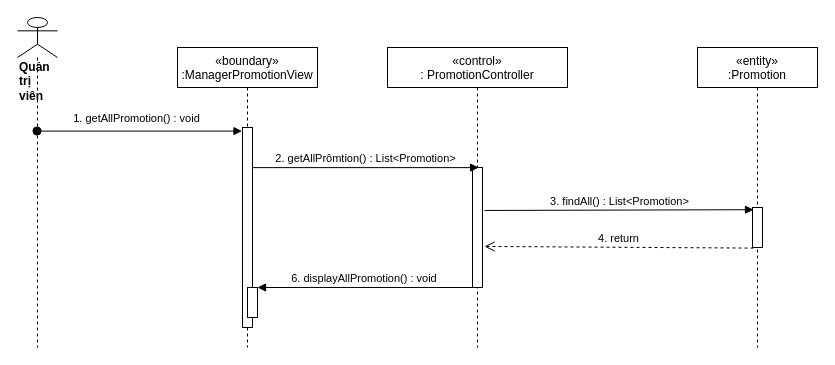
nguyenphamvan/datn_20202 keeps this draw.io diagram as sequence diagram/view-promotions-manager-sequence.drawio. Above is the earlier version. Source tidied: cells renumbered, new cells numbered last; positions are measured from the earlier drawing's top-left corner, leaving out a move shared by most shapes. Both pictures are drawn from the tidied source at 100%, with x=0, y=0 at pixel (17, 17).
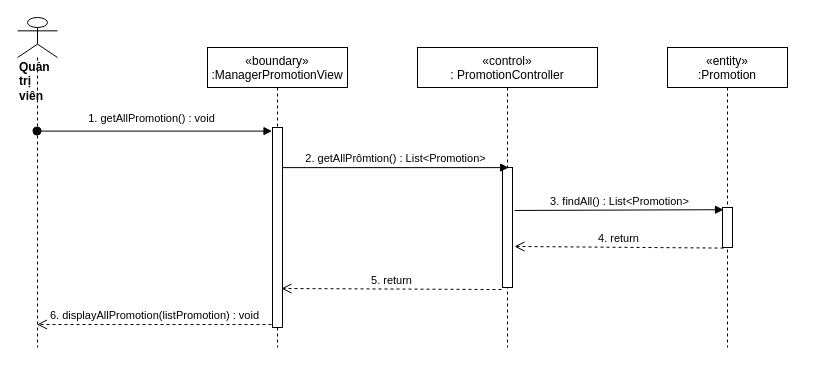
Above is the later version.

The edit, as a diff of the source:
```diff
@@
 <mxGraphModel>
   <root>
     <mxCell id="0" />
     <mxCell id="1" parent="0" />
     <mxCell id="2" value="«boundary»&#10;:ManagerPromotionView" style="shape=umlLifeline;perimeter=lifelinePerimeter;rounded=0;shadow=0;strokeWidth=1;" parent="1" vertex="1">
-      <mxGeometry x="160" y="30" width="140" height="300" as="geometry" />
+      <mxGeometry x="190" y="30" width="140" height="300" as="geometry" />
     </mxCell>
     <mxCell id="3" style="points=[];perimeter=orthogonalPerimeter;rounded=0;shadow=0;strokeWidth=1;" parent="2" vertex="1">
       <mxGeometry x="65" y="80" width="10" height="200" as="geometry" />
     </mxCell>
-    <mxCell id="4" style="html=1;points=[];perimeter=orthogonalPerimeter;" parent="2" vertex="1">
-      <mxGeometry x="70" y="240" width="10" height="30" as="geometry" />
-    </mxCell>
     <mxCell id="5" value="«control»&#10;: PromotionController" style="shape=umlLifeline;perimeter=lifelinePerimeter;rounded=0;shadow=0;strokeWidth=1;" parent="1" vertex="1">
-      <mxGeometry x="370" y="30" width="180" height="300" as="geometry" />
+      <mxGeometry x="400" y="30" width="180" height="300" as="geometry" />
     </mxCell>
     <mxCell id="6" style="points=[];perimeter=orthogonalPerimeter;rounded=0;shadow=0;strokeWidth=1;" parent="5" vertex="1">
       <mxGeometry x="85" y="120" width="10" height="120" as="geometry" />
     </mxCell>
     <mxCell id="7" value="&lt;div&gt;&lt;b&gt;Quản trị viên&lt;/b&gt;&lt;/div&gt;" style="shape=umlLifeline;participant=umlActor;perimeter=lifelinePerimeter;whiteSpace=wrap;html=1;verticalAlign=top;spacingTop=36;outlineConnect=0;align=left;size=40;" parent="1" vertex="1">
       <mxGeometry width="40" height="330" as="geometry" />
     </mxCell>
     <mxCell id="8" value="1. getAllPromotion() : void" style="verticalAlign=bottom;startArrow=oval;endArrow=block;startSize=8;shadow=0;strokeWidth=1;entryX=-0.05;entryY=0.018;entryDx=0;entryDy=0;entryPerimeter=0;" parent="1" edge="1" source="7" target="3">
       <mxGeometry x="-0.02" y="4" relative="1" as="geometry" />
     </mxCell>
     <mxCell id="9" value="2. getAllPrômtion() : List&amp;lt;Promotion&amp;gt;" style="html=1;verticalAlign=bottom;endArrow=block;entryX=0.617;entryY=0.001;entryDx=0;entryDy=0;entryPerimeter=0;" parent="1" edge="1" source="3" target="6">
       <mxGeometry relative="1" as="geometry" />
     </mxCell>
-    <mxCell id="10" value="6. displayAllPromotion() : void" style="verticalAlign=bottom;endArrow=block;shadow=0;strokeWidth=1;" parent="1" edge="1" source="6" target="4">
-      <mxGeometry relative="1" as="geometry" />
-    </mxCell>
     <mxCell id="11" value="«entity»&#10;:Promotion" style="shape=umlLifeline;perimeter=lifelinePerimeter;rounded=0;shadow=0;strokeWidth=1;" parent="1" vertex="1">
-      <mxGeometry x="680" y="30" width="120" height="300" as="geometry" />
+      <mxGeometry x="650" y="30" width="120" height="300" as="geometry" />
     </mxCell>
     <mxCell id="12" style="points=[];perimeter=orthogonalPerimeter;rounded=0;shadow=0;strokeWidth=1;" parent="11" vertex="1">
       <mxGeometry x="55" y="160" width="10" height="40" as="geometry" />
     </mxCell>
     <mxCell id="13" value="3. findAll() : List&amp;lt;Promotion&amp;gt;" style="html=1;verticalAlign=bottom;endArrow=block;entryX=0.1;entryY=0.055;entryDx=0;entryDy=0;entryPerimeter=0;exitX=1.2;exitY=0.358;exitDx=0;exitDy=0;exitPerimeter=0;" parent="1" edge="1" source="6" target="12">
       <mxGeometry relative="1" as="geometry" />
     </mxCell>
     <mxCell id="14" value="4. return" style="html=1;verticalAlign=bottom;endArrow=open;dashed=1;endSize=8;exitX=0.1;exitY=1.015;exitDx=0;exitDy=0;exitPerimeter=0;entryX=1.2;entryY=0.658;entryDx=0;entryDy=0;entryPerimeter=0;" parent="1" edge="1" source="12" target="6">
       <mxGeometry relative="1" as="geometry" />
     </mxCell>
+    <mxCell id="15" value="5. return" style="html=1;verticalAlign=bottom;endArrow=open;dashed=1;endSize=8;entryX=0.9;entryY=0.805;entryDx=0;entryDy=0;entryPerimeter=0;exitX=-0.1;exitY=1.017;exitDx=0;exitDy=0;exitPerimeter=0;" parent="1" edge="1" source="6" target="3">
+      <mxGeometry relative="1" as="geometry" />
+    </mxCell>
+    <mxCell id="16" value="6. displayAllPromotion(listPromotion) : void" style="html=1;verticalAlign=bottom;endArrow=open;dashed=1;endSize=8;exitX=-0.1;exitY=0.985;exitDx=0;exitDy=0;exitPerimeter=0;" parent="1" edge="1" source="3" target="7">
+      <mxGeometry relative="1" as="geometry" />
+    </mxCell>
   </root>
 </mxGraphModel>
```
